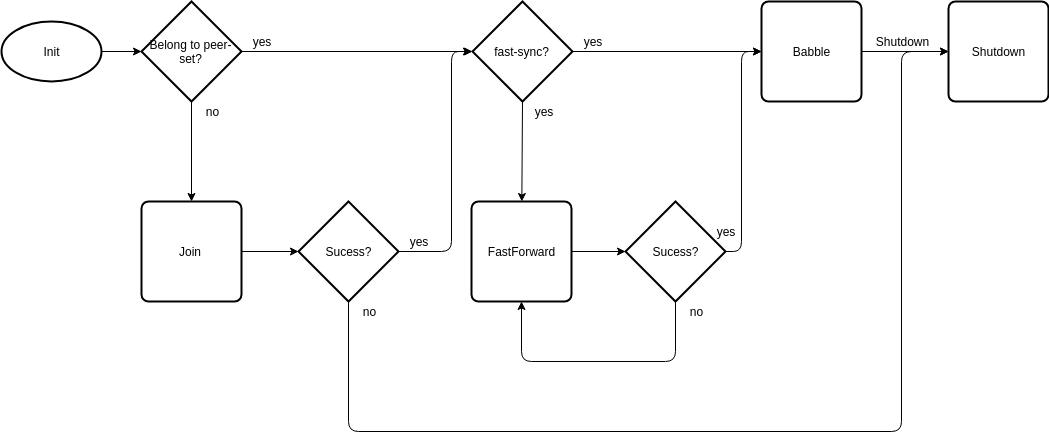
mosaicnetworks/babble keeps this draw.io diagram as docs/assets/babble_flow.png. Above is the earlier version. Source tidied: cells renumbered, new cells last; positions are measured from the earlier drawing's top-left corner, leaving out a move shared by most shapes.
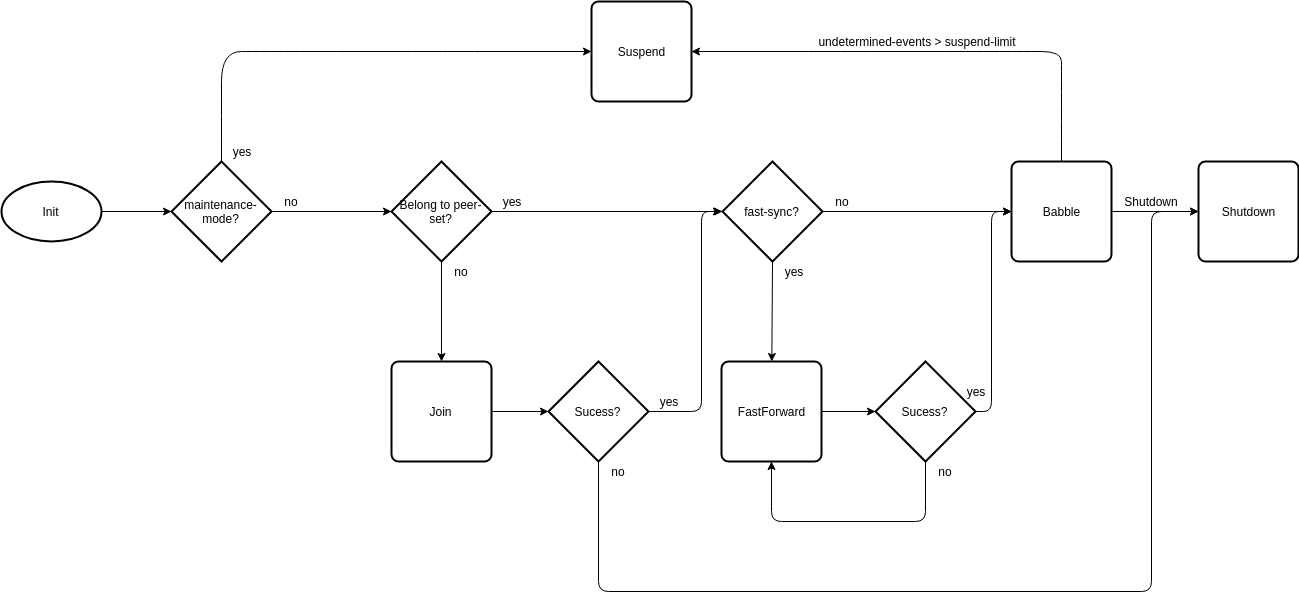
The same diagram one commit later.

Commit message:
Update docs with maintenance-mode and automatic suspension

What changed in the source:
```diff
@@ -3,7 +3,7 @@
     <mxCell id="0" />
     <mxCell id="1" parent="0" />
     <mxCell id="2" value="Init" style="strokeWidth=2;html=1;shape=mxgraph.flowchart.start_1;whiteSpace=wrap;" parent="1" vertex="1">
-      <mxGeometry y="20" width="100" height="60" as="geometry" />
+      <mxGeometry x="-250" y="20" width="100" height="60" as="geometry" />
     </mxCell>
     <mxCell id="3" value="Belong to peer-set?" style="strokeWidth=2;html=1;shape=mxgraph.flowchart.decision;whiteSpace=wrap;" parent="1" vertex="1">
       <mxGeometry x="140" width="100" height="100" as="geometry" />
@@ -29,9 +29,9 @@
     <mxCell id="10" value="Sucess?" style="strokeWidth=2;html=1;shape=mxgraph.flowchart.decision;whiteSpace=wrap;" parent="1" vertex="1">
       <mxGeometry x="624" y="200" width="100" height="100" as="geometry" />
     </mxCell>
-    <mxCell id="11" style="endArrow=classic;html=1;entryX=0;entryY=0.5;entryDx=0;entryDy=0;entryPerimeter=0;exitX=1;exitY=0.5;exitDx=0;exitDy=0;exitPerimeter=0;" parent="1" edge="1" source="2" target="3">
-      <mxGeometry relative="1" as="geometry" />
-    </mxCell>
+    <mxCell id="32" style="endArrow=classic;html=1;entryX=0;entryY=0.5;entryDx=0;entryDy=0;entryPerimeter=0;exitX=1;exitY=0.5;exitDx=0;exitDy=0;exitPerimeter=0;" parent="1" edge="1" source="35" target="3">
+      <mxGeometry relative="1" as="geometry" />
+    </mxCell>
     <mxCell id="12" style="endArrow=classic;html=1;entryX=0.5;entryY=0;entryDx=0;entryDy=0;exitX=0.5;exitY=1;exitDx=0;exitDy=0;exitPerimeter=0;" parent="1" edge="1" source="3" target="7">
       <mxGeometry relative="1" as="geometry" />
     </mxCell>
@@ -41,15 +41,15 @@
     <mxCell id="14" style="endArrow=classic;html=1;entryX=0;entryY=0.5;entryDx=0;entryDy=0;entryPerimeter=0;" parent="1" edge="1" source="7" target="8">
       <mxGeometry relative="1" as="geometry" />
     </mxCell>
-    <mxCell id="15" style="endArrow=classic;html=1;exitX=1;exitY=0.5;exitDx=0;exitDy=0;exitPerimeter=0;" parent="1" edge="1" source="8">
-      <mxGeometry relative="1" as="geometry">
-        <mxPoint x="470" y="50" as="targetPoint" />
-        <Array as="points">
-          <mxPoint x="450" y="250" />
-          <mxPoint x="450" y="50" />
-        </Array>
-      </mxGeometry>
-    </mxCell>
+    <mxCell id="33" style="endArrow=classic;html=1;exitX=1;exitY=0.5;exitDx=0;exitDy=0;exitPerimeter=0;" parent="1" edge="1" source="8">
+      <mxGeometry relative="1" as="geometry">
+        <mxPoint x="470" y="50" as="targetPoint" />
+        <Array as="points">
+          <mxPoint x="450" y="250" />
+          <mxPoint x="450" y="50" />
+        </Array>
+      </mxGeometry>
+    </mxCell>
     <mxCell id="16" style="endArrow=classic;html=1;exitX=0.5;exitY=1;exitDx=0;exitDy=0;exitPerimeter=0;" parent="1" edge="1" source="4" target="9">
       <mxGeometry relative="1" as="geometry" />
     </mxCell>
@@ -102,9 +102,9 @@
     <mxCell id="27" value="no" style="text;html=1;strokeColor=none;fillColor=none;align=center;verticalAlign=middle;whiteSpace=wrap;rounded=0;" parent="1" vertex="1">
       <mxGeometry x="190" y="100" width="40" height="20" as="geometry" />
     </mxCell>
-    <mxCell id="28" value="yes&lt;br&gt;" style="text;html=1;strokeColor=none;fillColor=none;align=center;verticalAlign=middle;whiteSpace=wrap;rounded=0;" parent="1" vertex="1">
-      <mxGeometry x="571" y="30" width="40" height="20" as="geometry" />
-    </mxCell>
+    <mxCell id="34" value="no&lt;br&gt;" style="text;html=1;strokeColor=none;fillColor=none;align=center;verticalAlign=middle;whiteSpace=wrap;rounded=0;" parent="1" vertex="1">
+      <mxGeometry x="571" y="30" width="40" height="20" as="geometry" />
+    </mxCell>
     <mxCell id="29" value="no" style="text;html=1;strokeColor=none;fillColor=none;align=center;verticalAlign=middle;whiteSpace=wrap;rounded=0;" parent="1" vertex="1">
       <mxGeometry x="347" y="300" width="40" height="20" as="geometry" />
     </mxCell>
@@ -114,5 +114,41 @@
     <mxCell id="31" value="Shutdown" style="text;html=1;strokeColor=none;fillColor=none;align=center;verticalAlign=middle;whiteSpace=wrap;rounded=0;" parent="1" vertex="1">
       <mxGeometry x="880" y="30" width="40" height="20" as="geometry" />
     </mxCell>
+    <mxCell id="35" value="maintenance-mode?" style="strokeWidth=2;html=1;shape=mxgraph.flowchart.decision;whiteSpace=wrap;" parent="1" vertex="1">
+      <mxGeometry x="-80" width="100" height="100" as="geometry" />
+    </mxCell>
+    <mxCell id="36" style="endArrow=classic;html=1;entryX=0;entryY=0.5;entryDx=0;entryDy=0;entryPerimeter=0;exitX=1;exitY=0.5;exitDx=0;exitDy=0;exitPerimeter=0;" parent="1" edge="1" source="2" target="35">
+      <mxGeometry relative="1" as="geometry" />
+    </mxCell>
+    <mxCell id="37" value="no&lt;br&gt;" style="text;html=1;strokeColor=none;fillColor=none;align=center;verticalAlign=middle;whiteSpace=wrap;rounded=0;" parent="1" vertex="1">
+      <mxGeometry x="20" y="30" width="40" height="20" as="geometry" />
+    </mxCell>
+    <mxCell id="38" value="Suspend" style="rounded=1;whiteSpace=wrap;html=1;absoluteArcSize=1;arcSize=14;strokeWidth=2;" parent="1" vertex="1">
+      <mxGeometry x="340" y="-160" width="100" height="100" as="geometry" />
+    </mxCell>
+    <mxCell id="39" style="curved=1;endArrow=classic;html=1;exitX=0.5;exitY=0;exitDx=0;exitDy=0;exitPerimeter=0;entryX=0;entryY=0.5;entryDx=0;entryDy=0;" parent="1" edge="1" source="35" target="38">
+      <mxGeometry relative="1" as="geometry">
+        <Array as="points">
+          <mxPoint x="-30" y="-50" />
+          <mxPoint x="-30" y="-110" />
+          <mxPoint x="10" y="-110" />
+        </Array>
+      </mxGeometry>
+    </mxCell>
+    <mxCell id="28" value="yes&lt;br&gt;" style="text;html=1;strokeColor=none;fillColor=none;align=center;verticalAlign=middle;whiteSpace=wrap;rounded=0;" parent="1" vertex="1">
+      <mxGeometry x="-30" y="-20" width="40" height="20" as="geometry" />
+    </mxCell>
+    <mxCell id="40" style="curved=1;endArrow=classic;html=1;entryX=1;entryY=0.5;entryDx=0;entryDy=0;exitX=0.5;exitY=0;exitDx=0;exitDy=0;" parent="1" edge="1" source="5" target="38">
+      <mxGeometry relative="1" as="geometry">
+        <Array as="points">
+          <mxPoint x="810" y="-90" />
+          <mxPoint x="810" y="-110" />
+          <mxPoint x="770" y="-110" />
+        </Array>
+      </mxGeometry>
+    </mxCell>
+    <mxCell id="41" value="undetermined-events &amp;gt; suspend-limit" style="text;html=1;strokeColor=none;fillColor=none;align=center;verticalAlign=middle;whiteSpace=wrap;rounded=0;" parent="1" vertex="1">
+      <mxGeometry x="562" y="-130" width="208" height="20" as="geometry" />
+    </mxCell>
   </root>
 </mxGraphModel>
```
